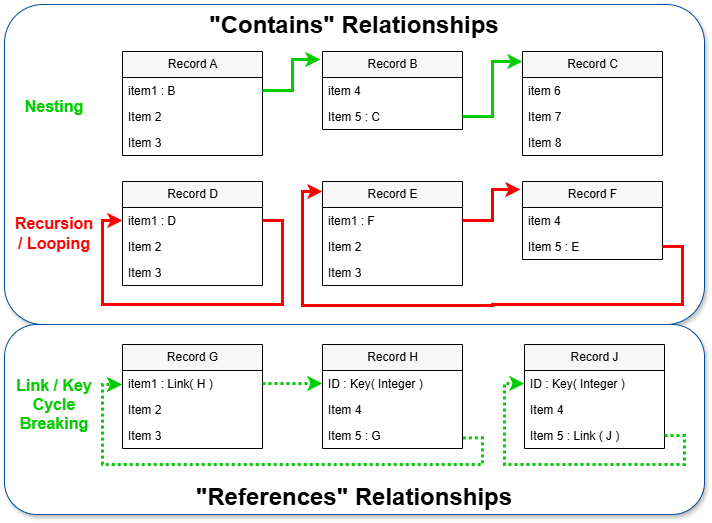
The draw.io diagram images/JADN-contains-references.drawio.png in oasis-tcs/openc2-jadn-im, before a commit. Source tidied: cells renumbered, new cells last; positions are measured from the earlier drawing's top-left corner, leaving out a move shared by most shapes. Its diagram source:
```xml
<mxGraphModel>
  <root>
    <mxCell id="0" />
    <mxCell id="1" parent="0" />
    <mxCell id="2" value="&quot;Contains&quot; Relationships" style="rounded=1;whiteSpace=wrap;html=1;labelPosition=center;verticalLabelPosition=middle;align=center;verticalAlign=top;strokeColor=#004C99;fontSize=24;fontStyle=1;arcSize=12;shadow=1;" parent="1" vertex="1">
      <mxGeometry width="700" height="320" as="geometry" />
    </mxCell>
    <mxCell id="3" value="&quot;References&quot;&amp;nbsp;&lt;span style=&quot;font-size: 24px;&quot;&gt;Relationships&lt;/span&gt;" style="rounded=1;whiteSpace=wrap;html=1;labelPosition=center;verticalLabelPosition=middle;align=center;verticalAlign=bottom;strokeColor=#004C99;arcSize=17;fontSize=24;fontStyle=1;shadow=1;" parent="1" vertex="1">
      <mxGeometry y="320" width="700" height="190" as="geometry" />
    </mxCell>
    <mxCell id="4" value="Types &amp; LInks" parent="0" />
    <mxCell id="5" value="Record A" style="swimlane;fontStyle=0;horizontal=1;startSize=26;fillColor=#F7F7F7;html=1;" parent="4" vertex="1">
      <mxGeometry x="118" y="47" width="140" height="104" as="geometry" />
    </mxCell>
    <mxCell id="6" value="item1 : B" style="text;strokeColor=none;fillColor=none;align=left;verticalAlign=top;spacingLeft=4;spacingRight=4;overflow=hidden;points=[[0,0.5],[1,0.5]];portConstraint=eastwest;whiteSpace=wrap;html=1;" parent="5" vertex="1">
      <mxGeometry y="26" width="140" height="26" as="geometry" />
    </mxCell>
    <mxCell id="7" value="Item 2" style="text;strokeColor=none;fillColor=none;align=left;verticalAlign=top;spacingLeft=4;spacingRight=4;overflow=hidden;whiteSpace=wrap;html=1;" parent="5" vertex="1">
      <mxGeometry y="52" width="140" height="26" as="geometry" />
    </mxCell>
    <mxCell id="8" value="Item 3" style="text;strokeColor=none;fillColor=none;align=left;verticalAlign=top;spacingLeft=4;spacingRight=4;overflow=hidden;whiteSpace=wrap;html=1;" parent="5" vertex="1">
      <mxGeometry y="78" width="140" height="26" as="geometry" />
    </mxCell>
    <mxCell id="9" value="Record B" style="swimlane;fontStyle=0;horizontal=1;startSize=26;fillColor=#F7F7F7;html=1;" parent="4" vertex="1">
      <mxGeometry x="318" y="47" width="140" height="78" as="geometry" />
    </mxCell>
    <mxCell id="10" value="item 4" style="text;strokeColor=none;fillColor=none;align=left;verticalAlign=top;spacingLeft=4;spacingRight=4;overflow=hidden;whiteSpace=wrap;html=1;" parent="9" vertex="1">
      <mxGeometry y="26" width="140" height="26" as="geometry" />
    </mxCell>
    <mxCell id="11" value="Item 5 : C" style="text;strokeColor=none;fillColor=none;align=left;verticalAlign=top;spacingLeft=4;spacingRight=4;overflow=hidden;points=[[0,0.5],[1,0.5]];portConstraint=eastwest;whiteSpace=wrap;html=1;" parent="9" vertex="1">
      <mxGeometry y="52" width="140" height="26" as="geometry" />
    </mxCell>
    <mxCell id="12" value="Record C" style="swimlane;fontStyle=0;horizontal=1;startSize=26;fillColor=#F7F7F7;html=1;" parent="4" vertex="1">
      <mxGeometry x="518" y="47" width="140" height="104" as="geometry" />
    </mxCell>
    <mxCell id="13" value="item 6" style="text;strokeColor=none;fillColor=none;align=left;verticalAlign=top;spacingLeft=4;spacingRight=4;overflow=hidden;whiteSpace=wrap;html=1;" parent="12" vertex="1">
      <mxGeometry y="26" width="140" height="26" as="geometry" />
    </mxCell>
    <mxCell id="14" value="Item 7" style="text;strokeColor=none;fillColor=none;align=left;verticalAlign=top;spacingLeft=4;spacingRight=4;overflow=hidden;whiteSpace=wrap;html=1;" parent="12" vertex="1">
      <mxGeometry y="52" width="140" height="26" as="geometry" />
    </mxCell>
    <mxCell id="15" value="Item 8" style="text;strokeColor=none;fillColor=none;align=left;verticalAlign=top;spacingLeft=4;spacingRight=4;overflow=hidden;whiteSpace=wrap;html=1;" parent="12" vertex="1">
      <mxGeometry y="78" width="140" height="26" as="geometry" />
    </mxCell>
    <mxCell id="16" style="edgeStyle=orthogonalEdgeStyle;rounded=0;jettySize=auto;html=1;exitX=1;exitY=0.5;exitDx=0;exitDy=0;entryX=-0.014;entryY=0.103;entryDx=0;entryDy=0;entryPerimeter=0;strokeWidth=3;strokeColor=#00CC00;" parent="4" edge="1" source="6" target="9">
      <mxGeometry relative="1" as="geometry" />
    </mxCell>
    <mxCell id="17" style="edgeStyle=orthogonalEdgeStyle;rounded=0;jettySize=auto;html=1;exitX=1;exitY=0.5;exitDx=0;exitDy=0;entryX=0;entryY=0.096;entryDx=0;entryDy=0;entryPerimeter=0;strokeWidth=3;strokeColor=#00CC00;" parent="4" edge="1" source="11" target="12">
      <mxGeometry relative="1" as="geometry" />
    </mxCell>
    <mxCell id="18" value="Record E" style="swimlane;fontStyle=0;horizontal=1;startSize=26;fillColor=#F7F7F7;html=1;" parent="4" vertex="1">
      <mxGeometry x="318" y="177" width="140" height="104" as="geometry" />
    </mxCell>
    <mxCell id="19" value="item1 : F" style="text;strokeColor=none;fillColor=none;align=left;verticalAlign=top;spacingLeft=4;spacingRight=4;overflow=hidden;points=[[0,0.5],[1,0.5]];portConstraint=eastwest;whiteSpace=wrap;html=1;" parent="18" vertex="1">
      <mxGeometry y="26" width="140" height="26" as="geometry" />
    </mxCell>
    <mxCell id="20" value="Item 2" style="text;strokeColor=none;fillColor=none;align=left;verticalAlign=top;spacingLeft=4;spacingRight=4;overflow=hidden;whiteSpace=wrap;html=1;" parent="18" vertex="1">
      <mxGeometry y="52" width="140" height="26" as="geometry" />
    </mxCell>
    <mxCell id="21" value="Item 3" style="text;strokeColor=none;fillColor=none;align=left;verticalAlign=top;spacingLeft=4;spacingRight=4;overflow=hidden;whiteSpace=wrap;html=1;" parent="18" vertex="1">
      <mxGeometry y="78" width="140" height="26" as="geometry" />
    </mxCell>
    <mxCell id="22" value="Record F" style="swimlane;fontStyle=0;horizontal=1;startSize=26;fillColor=#F7F7F7;html=1;" parent="4" vertex="1">
      <mxGeometry x="518" y="177" width="140" height="78" as="geometry" />
    </mxCell>
    <mxCell id="23" value="item 4" style="text;strokeColor=none;fillColor=none;align=left;verticalAlign=top;spacingLeft=4;spacingRight=4;overflow=hidden;whiteSpace=wrap;html=1;" parent="22" vertex="1">
      <mxGeometry y="26" width="140" height="26" as="geometry" />
    </mxCell>
    <mxCell id="24" value="Item 5 : E" style="text;strokeColor=none;fillColor=none;align=left;verticalAlign=top;spacingLeft=4;spacingRight=4;overflow=hidden;points=[[0,0.5],[1,0.5]];portConstraint=eastwest;whiteSpace=wrap;html=1;" parent="22" vertex="1">
      <mxGeometry y="52" width="140" height="26" as="geometry" />
    </mxCell>
    <mxCell id="25" style="edgeStyle=orthogonalEdgeStyle;rounded=0;jettySize=auto;html=1;exitX=1;exitY=0.5;exitDx=0;exitDy=0;entryX=-0.014;entryY=0.103;entryDx=0;entryDy=0;entryPerimeter=0;strokeWidth=3;strokeColor=#FF0000;" parent="4" edge="1" source="19" target="22">
      <mxGeometry relative="1" as="geometry" />
    </mxCell>
    <mxCell id="26" style="edgeStyle=orthogonalEdgeStyle;rounded=0;jettySize=auto;html=1;exitX=1;exitY=0.5;exitDx=0;exitDy=0;entryX=0;entryY=0.096;entryDx=0;entryDy=0;entryPerimeter=0;strokeWidth=3;strokeColor=#FF0000;" parent="4" edge="1" source="24" target="18">
      <mxGeometry relative="1" as="geometry">
        <Array as="points">
          <mxPoint x="678" y="242" />
          <mxPoint x="678" y="300" />
          <mxPoint x="488" y="300" />
          <mxPoint x="488" y="301" />
          <mxPoint x="298" y="301" />
          <mxPoint x="298" y="187" />
        </Array>
      </mxGeometry>
    </mxCell>
    <mxCell id="27" value="Nesting" style="text;html=1;strokeColor=none;fillColor=none;align=center;verticalAlign=middle;whiteSpace=wrap;rounded=0;fontSize=16;fontStyle=1;fontColor=#00CC00;shadow=0;" parent="4" vertex="1">
      <mxGeometry x="20" y="87" width="60" height="30" as="geometry" />
    </mxCell>
    <mxCell id="28" value="Recursion / Looping" style="text;html=1;strokeColor=none;fillColor=none;align=center;verticalAlign=middle;whiteSpace=wrap;rounded=0;fontSize=16;fontStyle=1;fontColor=#FF0000;shadow=0;" parent="4" vertex="1">
      <mxGeometry x="20" y="214" width="60" height="30" as="geometry" />
    </mxCell>
    <mxCell id="29" value="Record D" style="swimlane;fontStyle=0;horizontal=1;startSize=26;fillColor=#F7F7F7;html=1;" parent="4" vertex="1">
      <mxGeometry x="118" y="177" width="140" height="104" as="geometry" />
    </mxCell>
    <mxCell id="30" value="item1 : D" style="text;strokeColor=none;fillColor=none;align=left;verticalAlign=top;spacingLeft=4;spacingRight=4;overflow=hidden;points=[[0,0.5],[1,0.5]];portConstraint=eastwest;whiteSpace=wrap;html=1;" parent="29" vertex="1">
      <mxGeometry y="26" width="140" height="26" as="geometry" />
    </mxCell>
    <mxCell id="31" value="Item 2" style="text;strokeColor=none;fillColor=none;align=left;verticalAlign=top;spacingLeft=4;spacingRight=4;overflow=hidden;whiteSpace=wrap;html=1;" parent="29" vertex="1">
      <mxGeometry y="52" width="140" height="26" as="geometry" />
    </mxCell>
    <mxCell id="32" value="Item 3" style="text;strokeColor=none;fillColor=none;align=left;verticalAlign=top;spacingLeft=4;spacingRight=4;overflow=hidden;whiteSpace=wrap;html=1;" parent="29" vertex="1">
      <mxGeometry y="78" width="140" height="26" as="geometry" />
    </mxCell>
    <mxCell id="33" style="edgeStyle=orthogonalEdgeStyle;rounded=0;orthogonalLoop=1;jettySize=auto;html=1;exitX=1;exitY=0.5;exitDx=0;exitDy=0;entryX=0;entryY=0.5;entryDx=0;entryDy=0;strokeWidth=3;strokeColor=#FF0000;" parent="29" edge="1" source="30" target="30">
      <mxGeometry relative="1" as="geometry">
        <Array as="points">
          <mxPoint x="160" y="39" />
          <mxPoint x="160" y="123" />
          <mxPoint x="-20" y="123" />
          <mxPoint x="-20" y="39" />
        </Array>
      </mxGeometry>
    </mxCell>
    <mxCell id="34" value="Record G" style="swimlane;fontStyle=0;horizontal=1;startSize=26;fillColor=#F7F7F7;html=1;" parent="4" vertex="1">
      <mxGeometry x="118" y="340" width="140" height="104" as="geometry" />
    </mxCell>
    <mxCell id="35" value="item1 : Link( H )" style="text;strokeColor=none;fillColor=none;align=left;verticalAlign=top;spacingLeft=4;spacingRight=4;overflow=hidden;points=[[0,0.5],[1,0.5]];portConstraint=eastwest;whiteSpace=wrap;html=1;" parent="34" vertex="1">
      <mxGeometry y="26" width="140" height="26" as="geometry" />
    </mxCell>
    <mxCell id="36" value="Item 2" style="text;strokeColor=none;fillColor=none;align=left;verticalAlign=top;spacingLeft=4;spacingRight=4;overflow=hidden;whiteSpace=wrap;html=1;" parent="34" vertex="1">
      <mxGeometry y="52" width="140" height="26" as="geometry" />
    </mxCell>
    <mxCell id="37" value="Item 3" style="text;strokeColor=none;fillColor=none;align=left;verticalAlign=top;spacingLeft=4;spacingRight=4;overflow=hidden;whiteSpace=wrap;html=1;" parent="34" vertex="1">
      <mxGeometry y="78" width="140" height="26" as="geometry" />
    </mxCell>
    <mxCell id="38" style="edgeStyle=orthogonalEdgeStyle;rounded=0;jettySize=auto;html=1;exitX=1;exitY=0.5;exitDx=0;exitDy=0;entryX=0;entryY=0.5;entryDx=0;entryDy=0;dashed=1;strokeWidth=3;strokeColor=#00CC00;dashPattern=1 1;" parent="4" edge="1" source="35" target="41">
      <mxGeometry relative="1" as="geometry" />
    </mxCell>
    <mxCell id="39" style="edgeStyle=orthogonalEdgeStyle;rounded=0;jettySize=auto;html=1;exitX=1.003;exitY=0.594;exitDx=0;exitDy=0;entryX=-0.002;entryY=0.565;entryDx=0;entryDy=0;entryPerimeter=0;exitPerimeter=0;strokeWidth=3;strokeColor=#00CC00;dashed=1;dashPattern=1 1;" parent="4" edge="1" source="43" target="35">
      <mxGeometry relative="1" as="geometry">
        <Array as="points">
          <mxPoint x="478" y="433" />
          <mxPoint x="478" y="460" />
          <mxPoint x="98" y="460" />
          <mxPoint x="98" y="380" />
          <mxPoint x="118" y="380" />
        </Array>
      </mxGeometry>
    </mxCell>
    <mxCell id="40" value="Record H" style="swimlane;fontStyle=0;horizontal=1;startSize=26;fillColor=#F7F7F7;html=1;" parent="4" vertex="1">
      <mxGeometry x="318" y="340" width="140" height="104" as="geometry" />
    </mxCell>
    <mxCell id="41" value="ID : Key( Integer )" style="text;strokeColor=none;fillColor=none;align=left;verticalAlign=top;spacingLeft=4;spacingRight=4;overflow=hidden;points=[[0,0.5],[1,0.5]];portConstraint=eastwest;whiteSpace=wrap;html=1;" parent="40" vertex="1">
      <mxGeometry y="26" width="140" height="26" as="geometry" />
    </mxCell>
    <mxCell id="42" value="Item 4" style="text;strokeColor=none;fillColor=none;align=left;verticalAlign=top;spacingLeft=4;spacingRight=4;overflow=hidden;whiteSpace=wrap;html=1;" parent="40" vertex="1">
      <mxGeometry y="52" width="140" height="26" as="geometry" />
    </mxCell>
    <mxCell id="43" value="Item 5 : G" style="text;strokeColor=none;fillColor=none;align=left;verticalAlign=top;spacingLeft=4;spacingRight=4;overflow=hidden;points=[[0,0.5],[1,0.5]];portConstraint=eastwest;whiteSpace=wrap;html=1;" parent="40" vertex="1">
      <mxGeometry y="78" width="140" height="26" as="geometry" />
    </mxCell>
    <mxCell id="44" value="Link / Key Cycle Breaking" style="text;html=1;strokeColor=none;fillColor=none;align=center;verticalAlign=middle;whiteSpace=wrap;rounded=0;fontSize=16;fontStyle=1;fontColor=#00CC00;shadow=0;" parent="4" vertex="1">
      <mxGeometry x="10" y="385" width="80" height="30" as="geometry" />
    </mxCell>
    <mxCell id="45" value="Record J" style="swimlane;fontStyle=0;horizontal=1;startSize=26;fillColor=#F7F7F7;html=1;" parent="4" vertex="1">
      <mxGeometry x="520" y="340" width="140" height="104" as="geometry" />
    </mxCell>
    <mxCell id="46" value="ID : Key( Integer )" style="text;strokeColor=none;fillColor=none;align=left;verticalAlign=top;spacingLeft=4;spacingRight=4;overflow=hidden;points=[[0,0.5],[1,0.5]];portConstraint=eastwest;whiteSpace=wrap;html=1;" parent="45" vertex="1">
      <mxGeometry y="26" width="140" height="26" as="geometry" />
    </mxCell>
    <mxCell id="47" value="Item 4" style="text;strokeColor=none;fillColor=none;align=left;verticalAlign=top;spacingLeft=4;spacingRight=4;overflow=hidden;whiteSpace=wrap;html=1;" parent="45" vertex="1">
      <mxGeometry y="52" width="140" height="26" as="geometry" />
    </mxCell>
    <mxCell id="48" value="Item 5 : Link ( J )" style="text;strokeColor=none;fillColor=none;align=left;verticalAlign=top;spacingLeft=4;spacingRight=4;overflow=hidden;points=[[0,0.5],[1,0.5]];portConstraint=eastwest;whiteSpace=wrap;html=1;" parent="45" vertex="1">
      <mxGeometry y="78" width="140" height="26" as="geometry" />
    </mxCell>
    <mxCell id="49" style="edgeStyle=orthogonalEdgeStyle;rounded=0;jettySize=auto;html=1;entryX=0;entryY=0.5;entryDx=0;entryDy=0;dashed=1;strokeWidth=3;strokeColor=#00CC00;dashPattern=1 1;exitX=1;exitY=0.5;exitDx=0;exitDy=0;" parent="45" edge="1" source="48" target="46">
      <mxGeometry relative="1" as="geometry">
        <Array as="points">
          <mxPoint x="160" y="91" />
          <mxPoint x="160" y="120" />
          <mxPoint x="-20" y="120" />
          <mxPoint x="-20" y="39" />
        </Array>
      </mxGeometry>
    </mxCell>
  </root>
</mxGraphModel>
```
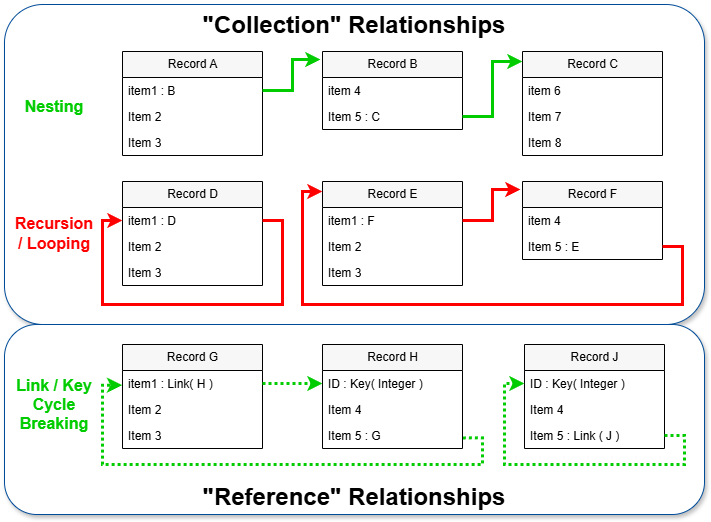
The same diagram one commit later.

Commit message:
Update Figure 3-8 terminology

The edit, as a diff of the source:
```diff
@@ -2,10 +2,10 @@
   <root>
     <mxCell id="0" />
     <mxCell id="1" parent="0" />
-    <mxCell id="2" value="&quot;Contains&quot; Relationships" style="rounded=1;whiteSpace=wrap;html=1;labelPosition=center;verticalLabelPosition=middle;align=center;verticalAlign=top;strokeColor=#004C99;fontSize=24;fontStyle=1;arcSize=12;shadow=1;" parent="1" vertex="1">
+    <mxCell id="2" value="&quot;Collection&quot; Relationships" style="rounded=1;whiteSpace=wrap;html=1;labelPosition=center;verticalLabelPosition=middle;align=center;verticalAlign=top;strokeColor=#004C99;fontSize=24;fontStyle=1;arcSize=12;shadow=1;" parent="1" vertex="1">
       <mxGeometry width="700" height="320" as="geometry" />
     </mxCell>
-    <mxCell id="3" value="&quot;References&quot;&amp;nbsp;&lt;span style=&quot;font-size: 24px;&quot;&gt;Relationships&lt;/span&gt;" style="rounded=1;whiteSpace=wrap;html=1;labelPosition=center;verticalLabelPosition=middle;align=center;verticalAlign=bottom;strokeColor=#004C99;arcSize=17;fontSize=24;fontStyle=1;shadow=1;" parent="1" vertex="1">
+    <mxCell id="3" value="&quot;Reference&quot;&amp;nbsp;&lt;span style=&quot;font-size: 24px;&quot;&gt;Relationships&lt;/span&gt;" style="rounded=1;whiteSpace=wrap;html=1;labelPosition=center;verticalLabelPosition=middle;align=center;verticalAlign=bottom;strokeColor=#004C99;arcSize=17;fontSize=24;fontStyle=1;shadow=1;" parent="1" vertex="1">
       <mxGeometry y="320" width="700" height="190" as="geometry" />
     </mxCell>
     <mxCell id="4" value="Types &amp; LInks" parent="0" />
@@ -77,8 +77,6 @@
         <Array as="points">
           <mxPoint x="678" y="242" />
           <mxPoint x="678" y="300" />
-          <mxPoint x="488" y="300" />
-          <mxPoint x="488" y="301" />
           <mxPoint x="298" y="301" />
           <mxPoint x="298" y="187" />
         </Array>
```
